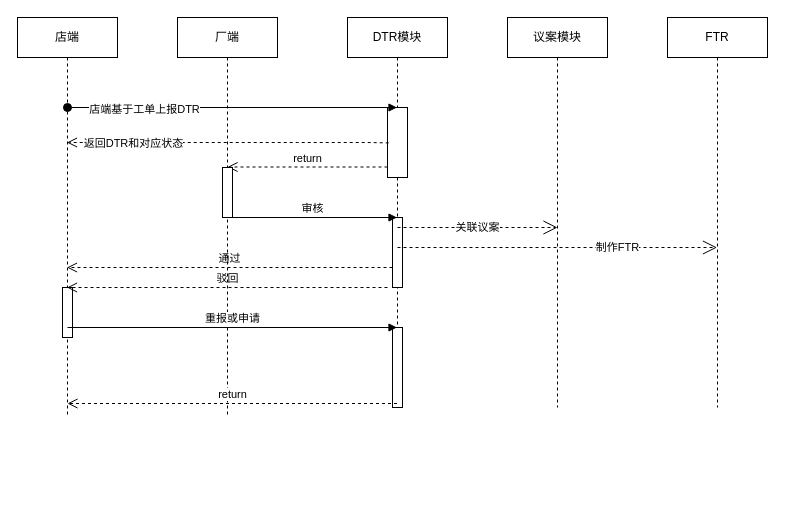
Before: images/Untitled Diagram.drawio in 1132489442/designer, a draw.io diagram. Source tidied: cells renumbered, new cells numbered last; positions are measured from the earlier drawing's top-left corner, leaving out a move shared by most shapes. Both pictures are drawn from the tidied source at 100%, with x=0, y=0 at pixel (17, 17).
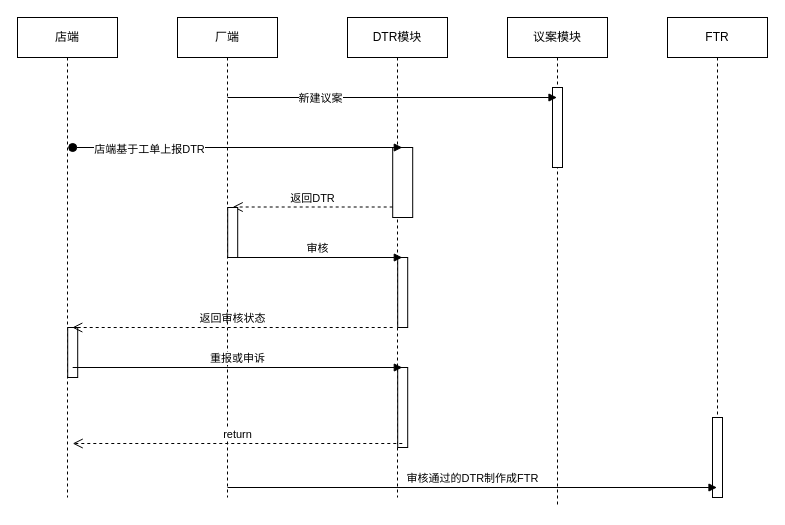
Above is the later version.

The edit, as a diff of the source:
```diff
@@
     <mxCell id="2" value="店端" style="shape=umlLifeline;perimeter=lifelinePerimeter;whiteSpace=wrap;html=1;outlineConnect=0;" parent="1" vertex="1">
-      <mxGeometry width="100" height="400" as="geometry" />
+      <mxGeometry width="100" height="480" as="geometry" />
     </mxCell>
     <mxCell id="3" style="html=1;perimeter=orthogonalPerimeter;" parent="2" vertex="1">
-      <mxGeometry x="45" y="270" width="10" height="50" as="geometry" />
+      <mxGeometry x="50.2" y="310" width="10" height="50" as="geometry" />
     </mxCell>
     <mxCell id="4" value="议案模块" style="shape=umlLifeline;perimeter=lifelinePerimeter;whiteSpace=wrap;html=1;outlineConnect=0;" parent="1" vertex="1">
-      <mxGeometry x="490" width="100" height="390" as="geometry" />
+      <mxGeometry x="490" width="100" height="490" as="geometry" />
     </mxCell>
+    <mxCell id="25" style="html=1;perimeter=orthogonalPerimeter;" parent="4" vertex="1">
+      <mxGeometry x="45" y="70" width="10" height="80" as="geometry" />
+    </mxCell>
     <mxCell id="5" value="DTR模块" style="shape=umlLifeline;perimeter=lifelinePerimeter;whiteSpace=wrap;html=1;outlineConnect=0;" parent="1" vertex="1">
-      <mxGeometry x="330" width="100" height="390" as="geometry" />
+      <mxGeometry x="330" width="100" height="480" as="geometry" />
     </mxCell>
     <mxCell id="6" style="html=1;points=[];perimeter=orthogonalPerimeter;" parent="5" vertex="1">
-      <mxGeometry x="40" y="90" width="20" height="70" as="geometry" />
+      <mxGeometry x="45.2" y="130" width="20" height="70" as="geometry" />
     </mxCell>
     <mxCell id="7" style="html=1;perimeter=orthogonalPerimeter;" parent="5" vertex="1">
-      <mxGeometry x="45" y="200" width="10" height="70" as="geometry" />
+      <mxGeometry x="50.2" y="240" width="10" height="70" as="geometry" />
     </mxCell>
-    <mxCell id="8" value="通过" style="html=1;verticalAlign=bottom;endArrow=open;dashed=1;endSize=8;rounded=0;" parent="5" edge="1" target="2">
-      <mxGeometry relative="1" as="geometry">
-        <mxPoint x="45" y="250" as="sourcePoint" />
-      </mxGeometry>
-    </mxCell>
-    <mxCell id="9" value="驳回" style="html=1;verticalAlign=bottom;endArrow=open;dashed=1;endSize=8;rounded=0;" parent="5" edge="1" target="2">
+    <mxCell id="9" value="返回审核状态" style="html=1;verticalAlign=bottom;endArrow=open;dashed=1;endSize=8;rounded=0;" parent="5" edge="1">
       <mxGeometry relative="1" as="geometry">
-        <mxPoint x="40" y="270" as="sourcePoint" />
+        <mxPoint x="45.2" y="310" as="sourcePoint" />
+        <mxPoint x="-275.2" y="310" as="targetPoint" />
       </mxGeometry>
     </mxCell>
     <mxCell id="10" style="html=1;perimeter=orthogonalPerimeter;" parent="5" vertex="1">
-      <mxGeometry x="45" y="310" width="10" height="80" as="geometry" />
+      <mxGeometry x="50.2" y="350" width="10" height="80" as="geometry" />
     </mxCell>
     <mxCell id="11" value="厂端" style="shape=umlLifeline;perimeter=lifelinePerimeter;whiteSpace=wrap;html=1;" parent="1" vertex="1">
-      <mxGeometry x="160" width="100" height="400" as="geometry" />
+      <mxGeometry x="160" width="100" height="480" as="geometry" />
     </mxCell>
-    <mxCell id="12" value="return" style="html=1;verticalAlign=bottom;endArrow=open;dashed=1;endSize=8;rounded=0;exitX=0;exitY=0.85;exitDx=0;exitDy=0;exitPerimeter=0;" parent="11" edge="1" source="6">
+    <mxCell id="12" value="返回DTR" style="html=1;verticalAlign=bottom;endArrow=open;dashed=1;endSize=8;rounded=0;exitX=0;exitY=0.85;exitDx=0;exitDy=0;exitPerimeter=0;" parent="11" edge="1" source="6">
       <mxGeometry relative="1" as="geometry">
-        <mxPoint x="50" y="149.5" as="targetPoint" />
+        <mxPoint x="55.2" y="189.5" as="targetPoint" />
       </mxGeometry>
     </mxCell>
     <mxCell id="13" style="html=1;perimeter=orthogonalPerimeter;" parent="11" vertex="1">
-      <mxGeometry x="45" y="150" width="10" height="50" as="geometry" />
+      <mxGeometry x="50.2" y="190" width="10" height="50" as="geometry" />
     </mxCell>
     <mxCell id="14" value="FTR" style="shape=umlLifeline;perimeter=lifelinePerimeter;whiteSpace=wrap;html=1;outlineConnect=0;" parent="1" vertex="1">
-      <mxGeometry x="650" width="100" height="390" as="geometry" />
+      <mxGeometry x="650" width="100" height="480" as="geometry" />
     </mxCell>
+    <mxCell id="26" style="html=1;perimeter=orthogonalPerimeter;" parent="14" vertex="1">
+      <mxGeometry x="45" y="400" width="10" height="80" as="geometry" />
+    </mxCell>
-    <mxCell id="15" style="html=1;verticalAlign=bottom;startArrow=oval;endArrow=block;startSize=8;rounded=0;" parent="1" edge="1" target="5">
+    <mxCell id="15" style="html=1;verticalAlign=bottom;startArrow=oval;endArrow=block;startSize=8;rounded=0;" parent="1" edge="1">
       <mxGeometry relative="1" as="geometry">
-        <mxPoint x="50" y="90" as="sourcePoint" />
+        <mxPoint x="55.2" y="130" as="sourcePoint" />
+        <mxPoint x="384.8" y="130" as="targetPoint" />
       </mxGeometry>
     </mxCell>
@@
-    <mxCell id="17" style="html=1;verticalAlign=bottom;endArrow=open;dashed=1;endSize=8;rounded=0;exitX=0.06;exitY=0.506;exitDx=0;exitDy=0;exitPerimeter=0;" parent="1" edge="1" source="6" target="2">
-      <mxGeometry relative="1" as="geometry">
-        <Array as="points">
-          <mxPoint x="350" y="125" />
-          <mxPoint x="280" y="125" />
-          <mxPoint x="200" y="125" />
-        </Array>
-      </mxGeometry>
-    </mxCell>
-    <mxCell id="18" value="返回DTR和对应状态" style="edgeLabel;html=1;align=center;verticalAlign=middle;" parent="17" vertex="1">
-      <mxGeometry x="0.59" relative="1" as="geometry" />
-    </mxCell>
-    <mxCell id="19" value="审核" style="html=1;verticalAlign=bottom;endArrow=block;rounded=0;" parent="1" edge="1" target="5">
+    <mxCell id="19" value="审核" style="html=1;verticalAlign=bottom;endArrow=block;rounded=0;" parent="1" edge="1">
       <mxGeometry relative="1" as="geometry">
-        <mxPoint x="210" y="200" as="sourcePoint" />
+        <mxPoint x="215.2" y="240" as="sourcePoint" />
+        <mxPoint x="384.8" y="240" as="targetPoint" />
       </mxGeometry>
     </mxCell>
-    <mxCell id="20" value="关联议案" style="endArrow=open;endSize=12;dashed=1;html=1;rounded=0;" parent="1" edge="1">
-      <mxGeometry relative="1" as="geometry">
-        <mxPoint x="380" y="210" as="sourcePoint" />
-        <mxPoint x="540" y="210" as="targetPoint" />
-      </mxGeometry>
-    </mxCell>
-    <mxCell id="21" style="endArrow=open;endSize=12;dashed=1;html=1;rounded=0;" parent="1" edge="1" target="14">
-      <mxGeometry relative="1" as="geometry">
-        <mxPoint x="380" y="230" as="sourcePoint" />
-        <Array as="points">
-          <mxPoint x="470" y="230" />
-        </Array>
-      </mxGeometry>
-    </mxCell>
-    <mxCell id="22" value="制作FTR" style="edgeLabel;html=1;align=center;verticalAlign=middle;" parent="21" vertex="1">
-      <mxGeometry x="0.37" y="1" relative="1" as="geometry" />
-    </mxCell>
-    <mxCell id="23" value="重报或申请" style="html=1;verticalAlign=bottom;endArrow=block;rounded=0;" parent="1" edge="1" target="5">
+    <mxCell id="23" value="重报或申诉" style="html=1;verticalAlign=bottom;endArrow=block;rounded=0;" parent="1" edge="1">
       <mxGeometry relative="1" as="geometry">
-        <mxPoint x="50" y="310" as="sourcePoint" />
+        <mxPoint x="55.2" y="350" as="sourcePoint" />
+        <mxPoint x="384.8" y="350" as="targetPoint" />
       </mxGeometry>
     </mxCell>
-    <mxCell id="24" value="return" style="html=1;verticalAlign=bottom;endArrow=open;dashed=1;endSize=8;rounded=0;" parent="1" edge="1" source="5">
+    <mxCell id="24" value="return" style="html=1;verticalAlign=bottom;endArrow=open;dashed=1;endSize=8;rounded=0;" parent="1" edge="1">
       <mxGeometry relative="1" as="geometry">
-        <mxPoint x="50" y="386" as="targetPoint" />
+        <mxPoint x="384.8" y="426" as="sourcePoint" />
+        <mxPoint x="55.2" y="426" as="targetPoint" />
         <Array as="points">
-          <mxPoint x="320" y="386" />
+          <mxPoint x="325.2" y="426" />
         </Array>
       </mxGeometry>
     </mxCell>
+    <mxCell id="27" style="html=1;verticalAlign=bottom;endArrow=block;rounded=0;" parent="1" edge="1" target="4">
+      <mxGeometry relative="1" as="geometry">
+        <mxPoint x="210" y="80" as="sourcePoint" />
+      </mxGeometry>
+    </mxCell>
+    <mxCell id="28" value="新建议案" style="edgeLabel;html=1;align=center;verticalAlign=middle;" parent="27" vertex="1">
+      <mxGeometry x="-0.44" relative="1" as="geometry" />
+    </mxCell>
+    <mxCell id="29" value="审核通过的DTR制作成FTR" style="html=1;verticalAlign=bottom;endArrow=block;rounded=0;" parent="1" edge="1" target="14">
+      <mxGeometry relative="1" as="geometry">
+        <mxPoint x="210" y="470" as="sourcePoint" />
+      </mxGeometry>
+    </mxCell>
```
